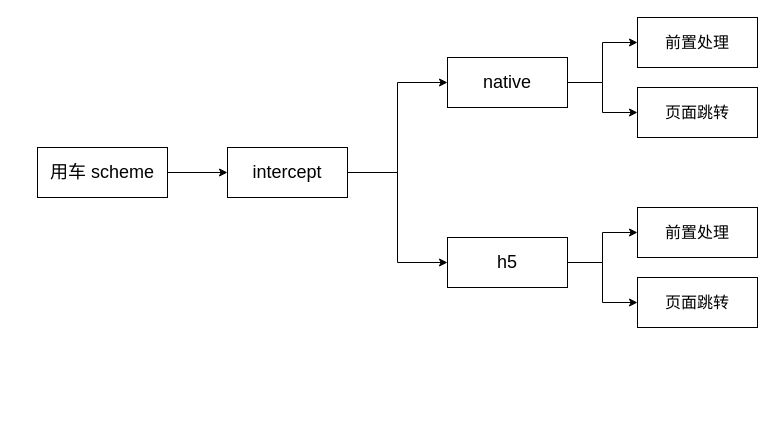
Above: page "第 6 页" (5 of 7) of 容器化实施方案.drawio in ashen-23/DrawIORepo (draw.io), before the change. Source tidied: cells renumbered, new cells numbered last; positions are measured from the earlier drawing's top-left corner, leaving out a move shared by most shapes. Both pictures are drawn from the tidied source at 100%, with x=0, y=0 at pixel (37, 17).
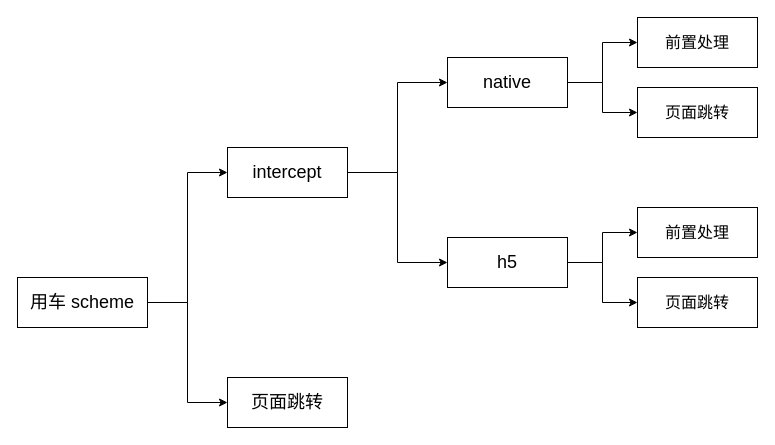
The same diagram, later.

Diff of the diagram source:
```diff
@@
 <mxGraphModel>
   <root>
     <mxCell id="0" />
     <mxCell id="1" parent="0" />
-    <mxCell id="2" style="edgeStyle=none;rounded=0;jettySize=auto;html=1;entryX=0;entryY=0.5;entryDx=0;entryDy=0;fontSize=18;fontColor=#67AB9F;elbow=vertical;" parent="1" edge="1" source="3" target="6">
+    <mxCell id="2" style="edgeStyle=orthogonalEdgeStyle;rounded=0;jettySize=auto;html=1;entryX=0;entryY=0.5;entryDx=0;entryDy=0;" parent="1" edge="1" source="3" target="6">
       <mxGeometry relative="1" as="geometry" />
     </mxCell>
+    <mxCell id="17" style="edgeStyle=orthogonalEdgeStyle;rounded=0;jettySize=auto;html=1;entryX=0;entryY=0.5;entryDx=0;entryDy=0;" parent="1" edge="1" source="3" target="18">
+      <mxGeometry relative="1" as="geometry" />
+    </mxCell>
     <mxCell id="3" value="用车 scheme" style="whiteSpace=wrap;html=1;labelBorderColor=none;fontSize=18;" parent="1" vertex="1">
-      <mxGeometry y="130" width="130" height="50" as="geometry" />
+      <mxGeometry x="-20" y="260" width="130" height="50" as="geometry" />
     </mxCell>
     <mxCell id="4" style="edgeStyle=orthogonalEdgeStyle;rounded=0;jettySize=auto;html=1;entryX=0;entryY=0.5;entryDx=0;entryDy=0;fontSize=18;fontColor=#67AB9F;elbow=vertical;" parent="1" edge="1" source="6" target="9">
       <mxGeometry relative="1" as="geometry" />
     </mxCell>
     <mxCell id="5" style="edgeStyle=orthogonalEdgeStyle;rounded=0;jettySize=auto;html=1;entryX=0;entryY=0.5;entryDx=0;entryDy=0;fontSize=16;fontColor=#67AB9F;elbow=vertical;" parent="1" edge="1" source="6" target="12">
       <mxGeometry relative="1" as="geometry" />
     </mxCell>
     <mxCell id="6" value="intercept" style="whiteSpace=wrap;html=1;labelBorderColor=none;fontSize=18;" parent="1" vertex="1">
       <mxGeometry x="190" y="130" width="120" height="50" as="geometry" />
     </mxCell>
     <mxCell id="7" style="edgeStyle=orthogonalEdgeStyle;rounded=0;jettySize=auto;html=1;entryX=0;entryY=0.5;entryDx=0;entryDy=0;fontSize=18;fontColor=#67AB9F;elbow=vertical;" parent="1" edge="1" source="9" target="14">
       <mxGeometry relative="1" as="geometry" />
     </mxCell>
     <mxCell id="8" style="edgeStyle=orthogonalEdgeStyle;rounded=0;jettySize=auto;html=1;entryX=0;entryY=0.5;entryDx=0;entryDy=0;fontSize=18;fontColor=#67AB9F;elbow=vertical;" parent="1" edge="1" source="9" target="13">
       <mxGeometry relative="1" as="geometry" />
     </mxCell>
     <mxCell id="9" value="native" style="whiteSpace=wrap;html=1;labelBorderColor=none;fontSize=18;" parent="1" vertex="1">
       <mxGeometry x="410" y="40" width="120" height="50" as="geometry" />
     </mxCell>
     <mxCell id="10" style="edgeStyle=orthogonalEdgeStyle;rounded=0;jettySize=auto;html=1;entryX=0;entryY=0.5;entryDx=0;entryDy=0;fontSize=18;fontColor=#67AB9F;elbow=vertical;" parent="1" edge="1" source="12" target="15">
       <mxGeometry relative="1" as="geometry" />
     </mxCell>
     <mxCell id="11" style="edgeStyle=orthogonalEdgeStyle;rounded=0;jettySize=auto;html=1;entryX=0;entryY=0.5;entryDx=0;entryDy=0;fontSize=18;fontColor=#67AB9F;elbow=vertical;" parent="1" edge="1" source="12" target="16">
       <mxGeometry relative="1" as="geometry" />
     </mxCell>
     <mxCell id="12" value="h5" style="whiteSpace=wrap;html=1;labelBorderColor=none;fontSize=18;" parent="1" vertex="1">
       <mxGeometry x="410" y="220" width="120" height="50" as="geometry" />
     </mxCell>
     <mxCell id="13" value="前置处理" style="whiteSpace=wrap;html=1;labelBorderColor=none;fontSize=16;" parent="1" vertex="1">
       <mxGeometry x="600" width="120" height="50" as="geometry" />
     </mxCell>
     <mxCell id="14" value="页面跳转" style="whiteSpace=wrap;html=1;labelBorderColor=none;fontSize=16;" parent="1" vertex="1">
       <mxGeometry x="600" y="70" width="120" height="50" as="geometry" />
     </mxCell>
     <mxCell id="15" value="前置处理" style="whiteSpace=wrap;html=1;labelBorderColor=none;fontSize=16;" parent="1" vertex="1">
       <mxGeometry x="600" y="190" width="120" height="50" as="geometry" />
     </mxCell>
     <mxCell id="16" value="页面跳转" style="whiteSpace=wrap;html=1;labelBorderColor=none;fontSize=16;" parent="1" vertex="1">
       <mxGeometry x="600" y="260" width="120" height="50" as="geometry" />
     </mxCell>
+    <mxCell id="18" value="页面跳转" style="whiteSpace=wrap;html=1;labelBorderColor=none;fontSize=18;" parent="1" vertex="1">
+      <mxGeometry x="190" y="360" width="120" height="50" as="geometry" />
+    </mxCell>
   </root>
 </mxGraphModel>
```
